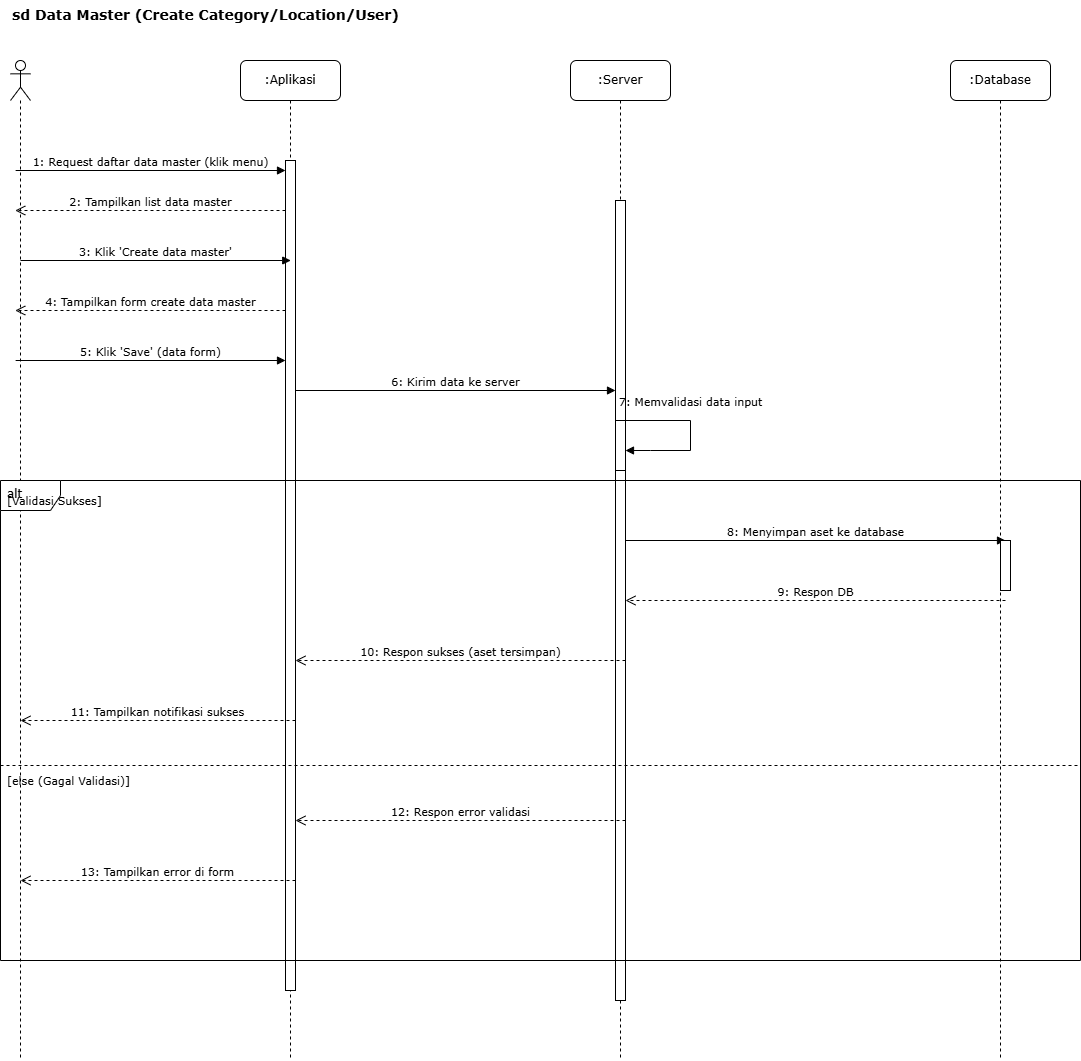
Above: Diagram/sequence-diagram-skripsi-mengelola-data-master-create.drawio.png in Rizz404/SKRIPSI_V2 (draw.io), before the change. Source tidied: cells renumbered, new cells last; positions are measured from the earlier drawing's top-left corner, leaving out a move shared by most shapes.
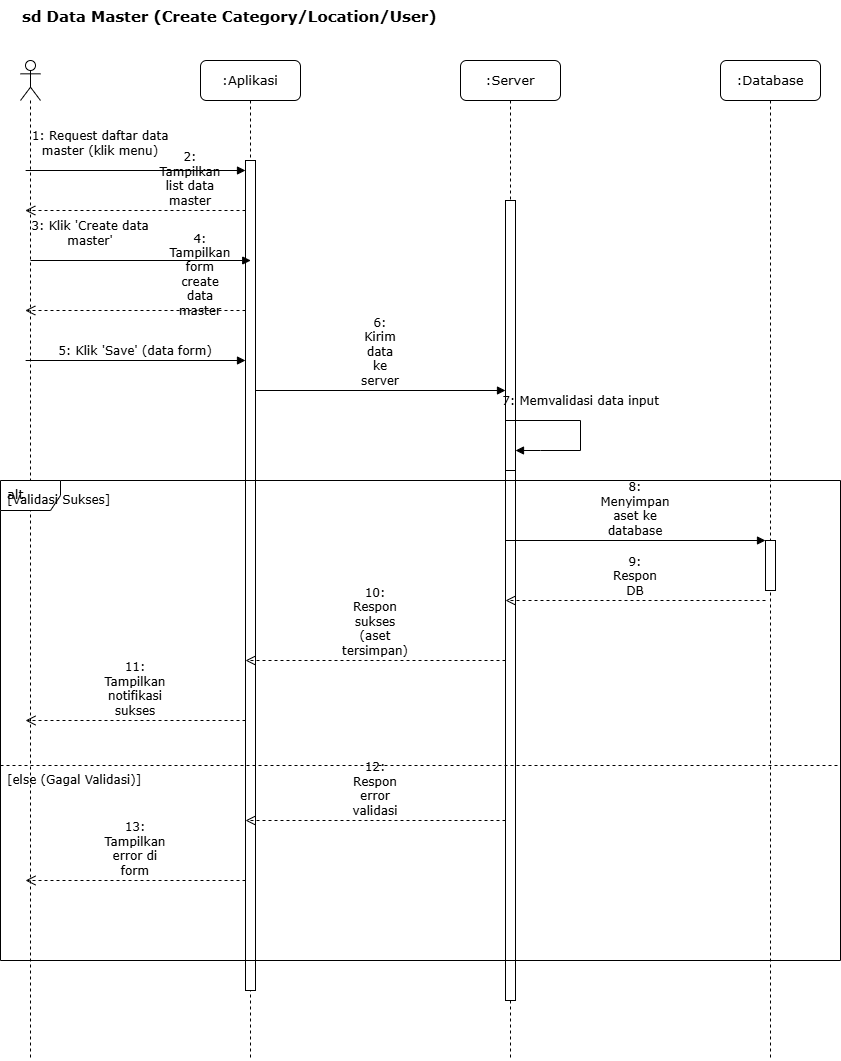
After the change.

The edit, as a diff of the source:
```diff
@@ -2,128 +2,128 @@
   <root>
     <mxCell id="0" />
     <mxCell id="1" parent="0" />
-    <mxCell id="2" value="sd Data Master (Create Category/Location/User)" style="text;html=1;strokeColor=none;fillColor=none;align=left;verticalAlign=top;whiteSpace=wrap;rounded=0;fontFamily=Verdana;fontSize=14;fontStyle=1;" parent="1" vertex="1">
-      <mxGeometry x="10" width="390" height="30" as="geometry" />
+    <mxCell id="2" value="sd Data Master (Create Category/Location/User)" style="text;html=1;strokeColor=none;fillColor=none;align=left;verticalAlign=top;whiteSpace=wrap;rounded=0;fontFamily=Verdana;fontSize=15;fontStyle=1;" parent="1" vertex="1">
+      <mxGeometry x="-70" width="430" height="30" as="geometry" />
     </mxCell>
     <mxCell id="3" style="shape=umlLifeline;perimeter=lifelinePerimeter;whiteSpace=wrap;html=1;newEdgeStyle={&quot;curved&quot;:0,&quot;rounded&quot;:0};participant=umlActor;" parent="1" vertex="1">
-      <mxGeometry x="10" y="60" width="20" height="1000" as="geometry" />
+      <mxGeometry x="-70" y="60" width="20" height="1000" as="geometry" />
     </mxCell>
-    <mxCell id="4" value=":Aplikasi" style="shape=umlLifeline;perimeter=lifelinePerimeter;whiteSpace=wrap;html=1;rounded=1;shadow=0;comic=0;labelBackgroundColor=none;strokeWidth=1;fontFamily=Verdana;fontSize=12;align=center;" parent="1" vertex="1">
-      <mxGeometry x="240" y="60" width="100" height="1000" as="geometry" />
+    <mxCell id="4" value=":Aplikasi" style="shape=umlLifeline;perimeter=lifelinePerimeter;whiteSpace=wrap;html=1;rounded=1;shadow=0;comic=0;labelBackgroundColor=none;strokeWidth=1;fontFamily=Verdana;fontSize=13;align=center;" parent="1" vertex="1">
+      <mxGeometry x="110" y="60" width="100" height="1000" as="geometry" />
     </mxCell>
-    <mxCell id="5" value=":Server" style="shape=umlLifeline;perimeter=lifelinePerimeter;whiteSpace=wrap;html=1;rounded=1;shadow=0;comic=0;labelBackgroundColor=none;strokeWidth=1;fontFamily=Verdana;fontSize=12;align=center;" parent="1" vertex="1">
-      <mxGeometry x="570" y="60" width="100" height="1000" as="geometry" />
+    <mxCell id="5" value=":Server" style="shape=umlLifeline;perimeter=lifelinePerimeter;whiteSpace=wrap;html=1;rounded=1;shadow=0;comic=0;labelBackgroundColor=none;strokeWidth=1;fontFamily=Verdana;fontSize=13;align=center;" parent="1" vertex="1">
+      <mxGeometry x="370" y="60" width="100" height="1000" as="geometry" />
     </mxCell>
     <mxCell id="6" style="html=1;perimeter=orthogonalPerimeter;fillColor=#ffffff;strokeColor=#000000;strokeWidth=1;" parent="5" vertex="1">
       <mxGeometry x="45" y="140" width="10" height="800" as="geometry" />
     </mxCell>
-    <mxCell id="7" value=":Database" style="shape=umlLifeline;perimeter=lifelinePerimeter;whiteSpace=wrap;html=1;rounded=1;shadow=0;comic=0;labelBackgroundColor=none;strokeWidth=1;fontFamily=Verdana;fontSize=12;align=center;" parent="1" vertex="1">
-      <mxGeometry x="950" y="60" width="100" height="1000" as="geometry" />
+    <mxCell id="7" value=":Database" style="shape=umlLifeline;perimeter=lifelinePerimeter;whiteSpace=wrap;html=1;rounded=1;shadow=0;comic=0;labelBackgroundColor=none;strokeWidth=1;fontFamily=Verdana;fontSize=13;align=center;" parent="1" vertex="1">
+      <mxGeometry x="630" y="60" width="100" height="1000" as="geometry" />
     </mxCell>
     <mxCell id="8" style="html=1;perimeter=orthogonalPerimeter;fillColor=#ffffff;strokeColor=#000000;strokeWidth=1;" parent="1" vertex="1">
-      <mxGeometry x="285" y="160" width="10" height="830" as="geometry" />
+      <mxGeometry x="155" y="160" width="10" height="830" as="geometry" />
     </mxCell>
-    <mxCell id="9" value="1: Request daftar data master (klik menu)" style="html=1;verticalAlign=bottom;labelBackgroundColor=none;endArrow=block;rounded=0;fontFamily=Verdana;fontSize=11;" parent="1" edge="1">
-      <mxGeometry relative="1" as="geometry">
-        <mxPoint x="15.1" y="170" as="sourcePoint" />
-        <mxPoint x="285" y="170" as="targetPoint" />
+    <mxCell id="9" value="1: Request daftar data master (klik menu)" style="html=1;verticalAlign=bottom;labelBackgroundColor=none;endArrow=block;rounded=0;fontFamily=Verdana;fontSize=12;whiteSpace=wrap;" parent="1" edge="1">
+      <mxGeometry x="-0.32" y="10" relative="1" as="geometry">
+        <mxPoint x="-64.9" y="170" as="sourcePoint" />
+        <mxPoint x="155" y="170" as="targetPoint" />
       </mxGeometry>
     </mxCell>
-    <mxCell id="10" value="2: Tampilkan list data master" style="html=1;verticalAlign=bottom;endArrow=open;dashed=1;endSize=8;labelBackgroundColor=none;fontFamily=Verdana;fontSize=11;" parent="1" edge="1">
-      <mxGeometry relative="1" as="geometry">
-        <mxPoint x="285" y="210" as="sourcePoint" />
-        <mxPoint x="14.8" y="210" as="targetPoint" />
+    <mxCell id="10" value="2: Tampilkan list data master" style="html=1;verticalAlign=bottom;endArrow=open;dashed=1;endSize=8;labelBackgroundColor=none;fontFamily=Verdana;fontSize=12;whiteSpace=wrap;" parent="1" edge="1">
+      <mxGeometry x="-0.5" relative="1" as="geometry">
+        <mxPoint x="155" y="210" as="sourcePoint" />
+        <mxPoint x="-65.2" y="210" as="targetPoint" />
       </mxGeometry>
     </mxCell>
-    <mxCell id="11" value="3: Klik 'Create data master'" style="html=1;verticalAlign=bottom;labelBackgroundColor=none;endArrow=block;rounded=0;fontFamily=Verdana;fontSize=11;" parent="1" edge="1">
-      <mxGeometry relative="1" as="geometry">
-        <mxPoint x="20" y="260" as="sourcePoint" />
-        <mxPoint x="290.2" y="260" as="targetPoint" />
+    <mxCell id="11" value="3: Klik 'Create data master'" style="html=1;verticalAlign=bottom;labelBackgroundColor=none;endArrow=block;rounded=0;fontFamily=Verdana;fontSize=12;whiteSpace=wrap;" parent="1" edge="1">
+      <mxGeometry x="-0.46" y="10" relative="1" as="geometry">
+        <mxPoint x="-60" y="260" as="sourcePoint" />
+        <mxPoint x="160.2" y="260" as="targetPoint" />
       </mxGeometry>
     </mxCell>
-    <mxCell id="12" value="4: Tampilkan form create data master" style="html=1;verticalAlign=bottom;endArrow=open;dashed=1;endSize=8;labelBackgroundColor=none;fontFamily=Verdana;fontSize=11;" parent="1" edge="1">
-      <mxGeometry relative="1" as="geometry">
-        <mxPoint x="285" y="310" as="sourcePoint" />
-        <mxPoint x="14.8" y="310" as="targetPoint" />
+    <mxCell id="12" value="4: Tampilkan form create data master" style="html=1;verticalAlign=bottom;endArrow=open;dashed=1;endSize=8;labelBackgroundColor=none;fontFamily=Verdana;fontSize=12;whiteSpace=wrap;" parent="1" edge="1">
+      <mxGeometry x="-0.59" y="10" relative="1" as="geometry">
+        <mxPoint x="155" y="310" as="sourcePoint" />
+        <mxPoint x="-65.2" y="310" as="targetPoint" />
       </mxGeometry>
     </mxCell>
-    <mxCell id="13" value="5: Klik 'Save' (data form)" style="html=1;verticalAlign=bottom;labelBackgroundColor=none;endArrow=block;rounded=0;fontFamily=Verdana;fontSize=11;" parent="1" edge="1">
+    <mxCell id="13" value="5: Klik 'Save' (data form)" style="html=1;verticalAlign=bottom;labelBackgroundColor=none;endArrow=block;rounded=0;fontFamily=Verdana;fontSize=12;whiteSpace=wrap;" parent="1" edge="1">
       <mxGeometry relative="1" as="geometry">
-        <mxPoint x="15.1" y="360" as="sourcePoint" />
-        <mxPoint x="285" y="360" as="targetPoint" />
+        <mxPoint x="-64.9" y="360" as="sourcePoint" />
+        <mxPoint x="155" y="360" as="targetPoint" />
       </mxGeometry>
     </mxCell>
-    <mxCell id="14" value="6: Kirim data ke server" style="html=1;verticalAlign=bottom;endArrow=block;labelBackgroundColor=none;fontFamily=Verdana;fontSize=11;" parent="1" edge="1">
+    <mxCell id="14" value="6: Kirim data ke server" style="html=1;verticalAlign=bottom;endArrow=block;labelBackgroundColor=none;fontFamily=Verdana;fontSize=12;whiteSpace=wrap;" parent="1" edge="1">
       <mxGeometry relative="1" as="geometry">
-        <mxPoint x="295" y="390" as="sourcePoint" />
-        <mxPoint x="615" y="390" as="targetPoint" />
+        <mxPoint x="165" y="390" as="sourcePoint" />
+        <mxPoint x="415" y="390" as="targetPoint" />
       </mxGeometry>
     </mxCell>
     <mxCell id="15" style="html=1;perimeter=orthogonalPerimeter;fillColor=#ffffff;strokeColor=#000000;strokeWidth=1;" parent="1" vertex="1">
-      <mxGeometry x="615" y="420" width="10" height="50" as="geometry" />
+      <mxGeometry x="415" y="420" width="10" height="50" as="geometry" />
     </mxCell>
-    <mxCell id="16" value="7: Memvalidasi data input" style="html=1;verticalAlign=bottom;endArrow=block;curved=0;labelBackgroundColor=none;fontFamily=Verdana;fontSize=11;rounded=0;" parent="1" edge="1">
+    <mxCell id="16" value="7: Memvalidasi data input" style="html=1;verticalAlign=bottom;endArrow=block;curved=0;labelBackgroundColor=none;fontFamily=Verdana;fontSize=12;rounded=0;" parent="1" edge="1">
       <mxGeometry x="-0.12" y="-10" relative="1" as="geometry">
-        <mxPoint x="615" y="420" as="sourcePoint" />
-        <mxPoint x="625" y="450" as="targetPoint" />
+        <mxPoint x="415" y="420" as="sourcePoint" />
+        <mxPoint x="425" y="450" as="targetPoint" />
         <Array as="points">
-          <mxPoint x="690" y="420" />
-          <mxPoint x="690" y="450" />
-          <mxPoint x="650" y="450" />
+          <mxPoint x="490" y="420" />
+          <mxPoint x="490" y="450" />
+          <mxPoint x="450" y="450" />
         </Array>
         <mxPoint x="10" y="-10" as="offset" />
       </mxGeometry>
     </mxCell>
-    <mxCell id="17" value="alt" style="shape=umlFrame;whiteSpace=wrap;html=1;verticalAlign=top;align=left;spacingLeft=5;fontFamily=Verdana;fontSize=12;" parent="1" vertex="1">
-      <mxGeometry y="480" width="1080" height="480" as="geometry" />
+    <mxCell id="17" value="alt" style="shape=umlFrame;whiteSpace=wrap;html=1;verticalAlign=top;align=left;spacingLeft=5;fontFamily=Verdana;fontSize=13;" parent="1" vertex="1">
+      <mxGeometry x="-90" y="480" width="840" height="480" as="geometry" />
     </mxCell>
-    <mxCell id="18" value="[Validasi Sukses]" style="text;html=1;align=left;verticalAlign=middle;strokeColor=none;fillColor=none;fontFamily=Verdana;fontSize=11;" parent="17" vertex="1">
-      <mxGeometry x="5" y="5" width="110" height="30" as="geometry" />
+    <mxCell id="18" value="[Validasi Sukses]" style="text;html=1;align=left;verticalAlign=middle;strokeColor=none;fillColor=none;fontFamily=Verdana;fontSize=12;" parent="17" vertex="1">
+      <mxGeometry x="5" y="5" width="120" height="30" as="geometry" />
     </mxCell>
-    <mxCell id="19" value="8: Menyimpan aset ke database" style="html=1;verticalAlign=bottom;endArrow=block;labelBackgroundColor=none;fontFamily=Verdana;fontSize=11;" parent="17" edge="1">
+    <mxCell id="19" value="8: Menyimpan aset ke database" style="html=1;verticalAlign=bottom;endArrow=block;labelBackgroundColor=none;fontFamily=Verdana;fontSize=12;whiteSpace=wrap;" parent="17" edge="1">
       <mxGeometry relative="1" as="geometry">
-        <mxPoint x="625" y="60" as="sourcePoint" />
-        <mxPoint x="1005" y="60" as="targetPoint" />
+        <mxPoint x="505" y="60" as="sourcePoint" />
+        <mxPoint x="765" y="60" as="targetPoint" />
       </mxGeometry>
     </mxCell>
-    <mxCell id="20" value="9: Respon DB" style="html=1;verticalAlign=bottom;endArrow=open;dashed=1;endSize=8;labelBackgroundColor=none;fontFamily=Verdana;fontSize=11;" parent="17" edge="1">
+    <mxCell id="20" value="9: Respon DB" style="html=1;verticalAlign=bottom;endArrow=open;dashed=1;endSize=8;labelBackgroundColor=none;fontFamily=Verdana;fontSize=12;whiteSpace=wrap;" parent="17" edge="1">
       <mxGeometry relative="1" as="geometry">
-        <mxPoint x="1005" y="120" as="sourcePoint" />
-        <mxPoint x="625" y="120" as="targetPoint" />
+        <mxPoint x="765" y="120" as="sourcePoint" />
+        <mxPoint x="505" y="120" as="targetPoint" />
       </mxGeometry>
     </mxCell>
-    <mxCell id="21" value="10: Respon sukses (aset tersimpan)" style="html=1;verticalAlign=bottom;endArrow=open;dashed=1;endSize=8;labelBackgroundColor=none;fontFamily=Verdana;fontSize=11;" parent="17" edge="1">
+    <mxCell id="21" value="10: Respon sukses (aset tersimpan)" style="html=1;verticalAlign=bottom;endArrow=open;dashed=1;endSize=8;labelBackgroundColor=none;fontFamily=Verdana;fontSize=12;whiteSpace=wrap;" parent="17" edge="1">
       <mxGeometry relative="1" as="geometry">
-        <mxPoint x="625" y="180" as="sourcePoint" />
-        <mxPoint x="295" y="180" as="targetPoint" />
+        <mxPoint x="505" y="180" as="sourcePoint" />
+        <mxPoint x="245" y="180" as="targetPoint" />
       </mxGeometry>
     </mxCell>
-    <mxCell id="22" value="11: Tampilkan notifikasi sukses" style="html=1;verticalAlign=bottom;endArrow=open;dashed=1;endSize=8;labelBackgroundColor=none;fontFamily=Verdana;fontSize=11;" parent="17" edge="1">
+    <mxCell id="22" value="11: Tampilkan notifikasi sukses" style="html=1;verticalAlign=bottom;endArrow=open;dashed=1;endSize=8;labelBackgroundColor=none;fontFamily=Verdana;fontSize=12;whiteSpace=wrap;" parent="17" edge="1">
       <mxGeometry relative="1" as="geometry">
-        <mxPoint x="295" y="240" as="sourcePoint" />
-        <mxPoint x="20" y="240" as="targetPoint" />
+        <mxPoint x="245" y="240" as="sourcePoint" />
+        <mxPoint x="25" y="240" as="targetPoint" />
       </mxGeometry>
     </mxCell>
     <mxCell id="23" style="line;html=1;strokeWidth=1;dashed=1;align=center;verticalAlign=middle;" parent="17" vertex="1">
-      <mxGeometry y="280" width="1080" height="10" as="geometry" />
+      <mxGeometry y="280" width="840" height="10" as="geometry" />
     </mxCell>
-    <mxCell id="24" value="[else (Gagal Validasi)]" style="text;html=1;align=left;verticalAlign=middle;strokeColor=none;fillColor=none;fontFamily=Verdana;fontSize=11;" parent="17" vertex="1">
-      <mxGeometry x="5" y="285" width="140" height="30" as="geometry" />
+    <mxCell id="24" value="[else (Gagal Validasi)]" style="text;html=1;align=left;verticalAlign=middle;strokeColor=none;fillColor=none;fontFamily=Verdana;fontSize=12;" parent="17" vertex="1">
+      <mxGeometry x="5" y="285" width="150" height="30" as="geometry" />
     </mxCell>
-    <mxCell id="25" value="12: Respon error validasi" style="html=1;verticalAlign=bottom;endArrow=open;dashed=1;endSize=8;labelBackgroundColor=none;fontFamily=Verdana;fontSize=11;" parent="17" edge="1">
+    <mxCell id="25" value="12: Respon error validasi" style="html=1;verticalAlign=bottom;endArrow=open;dashed=1;endSize=8;labelBackgroundColor=none;fontFamily=Verdana;fontSize=12;whiteSpace=wrap;" parent="17" edge="1">
       <mxGeometry relative="1" as="geometry">
-        <mxPoint x="625" y="340" as="sourcePoint" />
-        <mxPoint x="295" y="340" as="targetPoint" />
+        <mxPoint x="505" y="340" as="sourcePoint" />
+        <mxPoint x="245" y="340" as="targetPoint" />
       </mxGeometry>
     </mxCell>
-    <mxCell id="26" value="13: Tampilkan error di form" style="html=1;verticalAlign=bottom;endArrow=open;dashed=1;endSize=8;labelBackgroundColor=none;fontFamily=Verdana;fontSize=11;" parent="17" edge="1">
+    <mxCell id="26" value="13: Tampilkan error di form" style="html=1;verticalAlign=bottom;endArrow=open;dashed=1;endSize=8;labelBackgroundColor=none;fontFamily=Verdana;fontSize=12;whiteSpace=wrap;" parent="17" edge="1">
       <mxGeometry relative="1" as="geometry">
-        <mxPoint x="295" y="400" as="sourcePoint" />
-        <mxPoint x="20" y="400" as="targetPoint" />
+        <mxPoint x="245" y="400" as="sourcePoint" />
+        <mxPoint x="25" y="400" as="targetPoint" />
       </mxGeometry>
     </mxCell>
     <mxCell id="27" style="html=1;perimeter=orthogonalPerimeter;fillColor=#ffffff;strokeColor=#000000;strokeWidth=1;" parent="17" vertex="1">
-      <mxGeometry x="1000" y="60" width="10" height="50" as="geometry" />
+      <mxGeometry x="765" y="60" width="10" height="50" as="geometry" />
     </mxCell>
   </root>
 </mxGraphModel>
```
